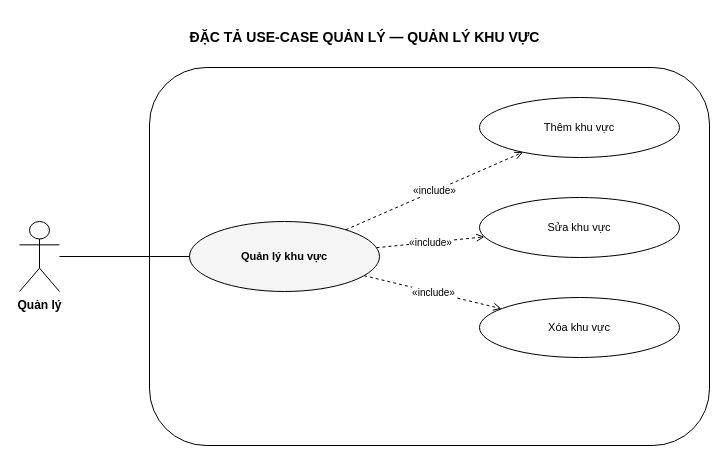
Above: docs/use-cases/uc-quan-ly-29a-quan-ly-khu-vuc.drawio in thanhhoa3514/restaurant-management (draw.io), before the change. Source tidied: cells renumbered, new cells numbered last; positions are measured from the earlier drawing's top-left corner, leaving out a move shared by most shapes. Both pictures are drawn from the tidied source at 100%, with x=0, y=0 at pixel (19, 17).
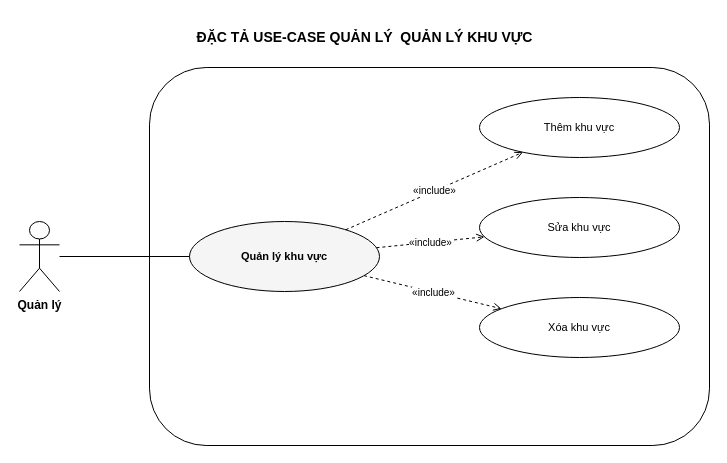
Above is the later version.

The edit, as a diff of the source:
```diff
@@
 <mxGraphModel>
   <root>
     <mxCell id="0" />
     <mxCell id="1" parent="0" />
-    <mxCell id="2" value="ĐẶC TẢ USE-CASE QUẢN LÝ — QUẢN LÝ KHU VỰC" style="text;html=1;fontSize=14;fontStyle=1;align=center;verticalAlign=middle;" parent="1" vertex="1">
+    <mxCell id="2" value="ĐẶC TẢ USE-CASE QUẢN LÝ&amp;nbsp; QUẢN LÝ KHU VỰC" style="text;html=1;fontSize=14;fontStyle=1;align=center;verticalAlign=middle;" parent="1" vertex="1">
       <mxGeometry width="690" height="40" as="geometry" />
     </mxCell>
     <mxCell id="3" style="rounded=1;whiteSpace=wrap;html=1;verticalAlign=top;fontSize=11;fontStyle=2;fillColor=none;strokeColor=#000000;" parent="1" vertex="1">
       <mxGeometry x="130" y="50" width="560" height="378" as="geometry" />
     </mxCell>
     <mxCell id="4" value="Quản lý" style="shape=umlActor;verticalLabelPosition=bottom;verticalAlign=top;html=1;outlineConnect=0;fontSize=12;fontStyle=1;fillColor=#FFFFFF;strokeColor=#000000;" parent="1" vertex="1">
       <mxGeometry y="204" width="40" height="70" as="geometry" />
     </mxCell>
     <mxCell id="5" value="Quản lý khu vực" style="ellipse;whiteSpace=wrap;html=1;fontSize=11;verticalAlign=middle;fillColor=#FFFFFF;strokeColor=#000000;fontStyle=1;fillColor=#F5F5F5;" parent="1" vertex="1">
       <mxGeometry x="170" y="204" width="190" height="70" as="geometry" />
     </mxCell>
     <mxCell id="6" value="Thêm khu vực" style="ellipse;whiteSpace=wrap;html=1;fontSize=11;verticalAlign=middle;fillColor=#FFFFFF;strokeColor=#000000;" parent="1" vertex="1">
       <mxGeometry x="460" y="80" width="200" height="60" as="geometry" />
     </mxCell>
     <mxCell id="7" value="Sửa khu vực" style="ellipse;whiteSpace=wrap;html=1;fontSize=11;verticalAlign=middle;fillColor=#FFFFFF;strokeColor=#000000;" parent="1" vertex="1">
       <mxGeometry x="460" y="180" width="200" height="60" as="geometry" />
     </mxCell>
     <mxCell id="8" value="Xóa khu vực" style="ellipse;whiteSpace=wrap;html=1;fontSize=11;verticalAlign=middle;fillColor=#FFFFFF;strokeColor=#000000;" parent="1" vertex="1">
       <mxGeometry x="460" y="280" width="200" height="60" as="geometry" />
     </mxCell>
     <mxCell id="9" style="edgeStyle=none;html=1;fontSize=10;endArrow=none;strokeColor=#000000;" parent="1" edge="1" source="4" target="5">
       <mxGeometry relative="1" as="geometry" />
     </mxCell>
     <mxCell id="10" value="«include»" style="edgeStyle=none;html=1;fontSize=10;endArrow=open;endFill=0;dashed=1;strokeColor=#000000;" parent="1" edge="1" source="5" target="6">
       <mxGeometry relative="1" as="geometry" />
     </mxCell>
     <mxCell id="11" value="«include»" style="edgeStyle=none;html=1;fontSize=10;endArrow=open;endFill=0;dashed=1;strokeColor=#000000;" parent="1" edge="1" source="5" target="7">
       <mxGeometry relative="1" as="geometry" />
     </mxCell>
     <mxCell id="12" value="«include»" style="edgeStyle=none;html=1;fontSize=10;endArrow=open;endFill=0;dashed=1;strokeColor=#000000;" parent="1" edge="1" source="5" target="8">
       <mxGeometry relative="1" as="geometry" />
     </mxCell>
   </root>
 </mxGraphModel>
```
